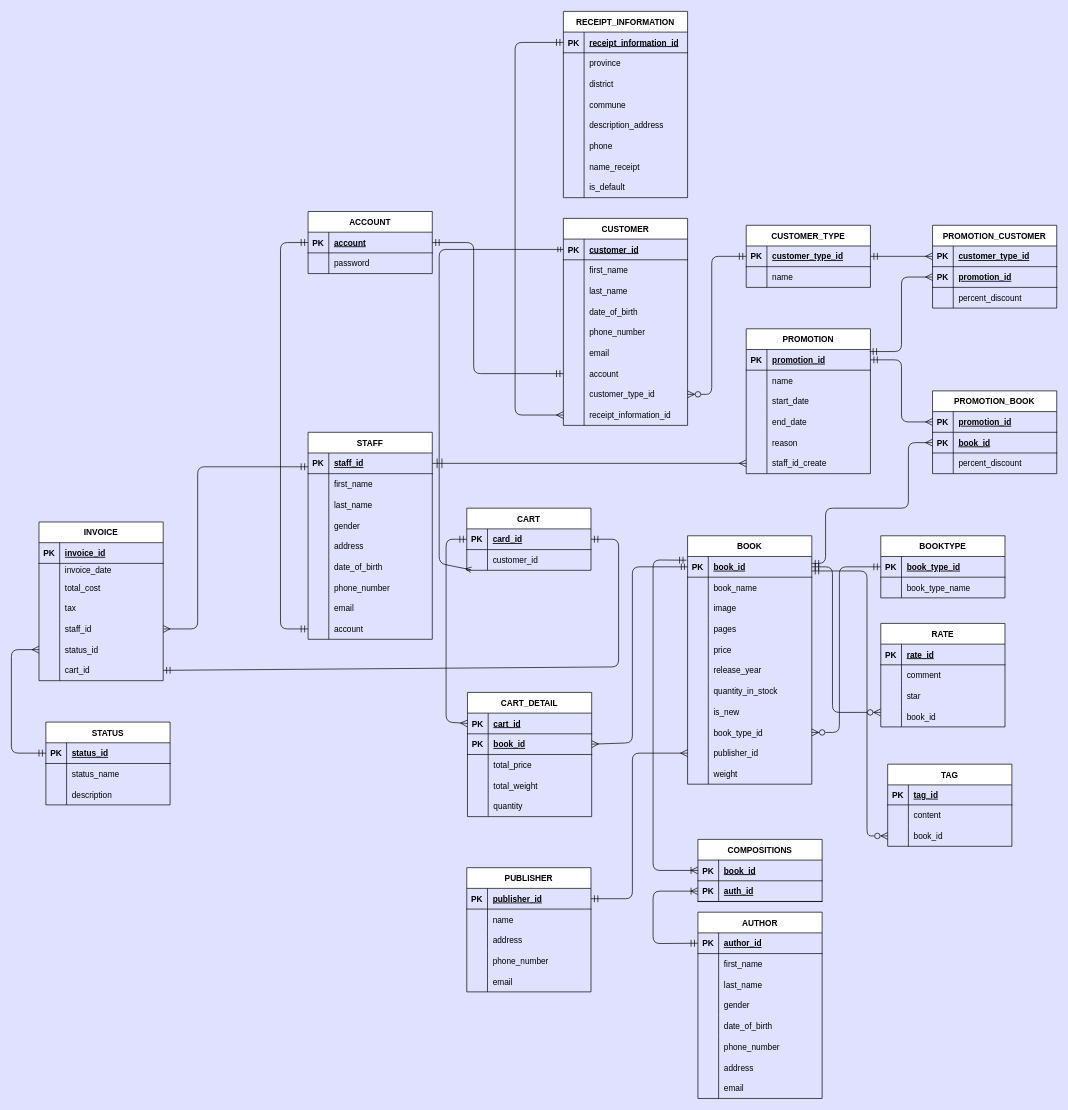
The draw.io diagram design/database.drawio in powdevlin12/Sell_Book_Online_BE_NestJS, before the edit. Source tidied: cells renumbered, new cells numbered last; positions are measured from the earlier drawing's top-left corner, leaving out a move shared by most shapes. Both pictures are drawn from the tidied source at 69%, with x=0, y=0 at pixel (11, 11).
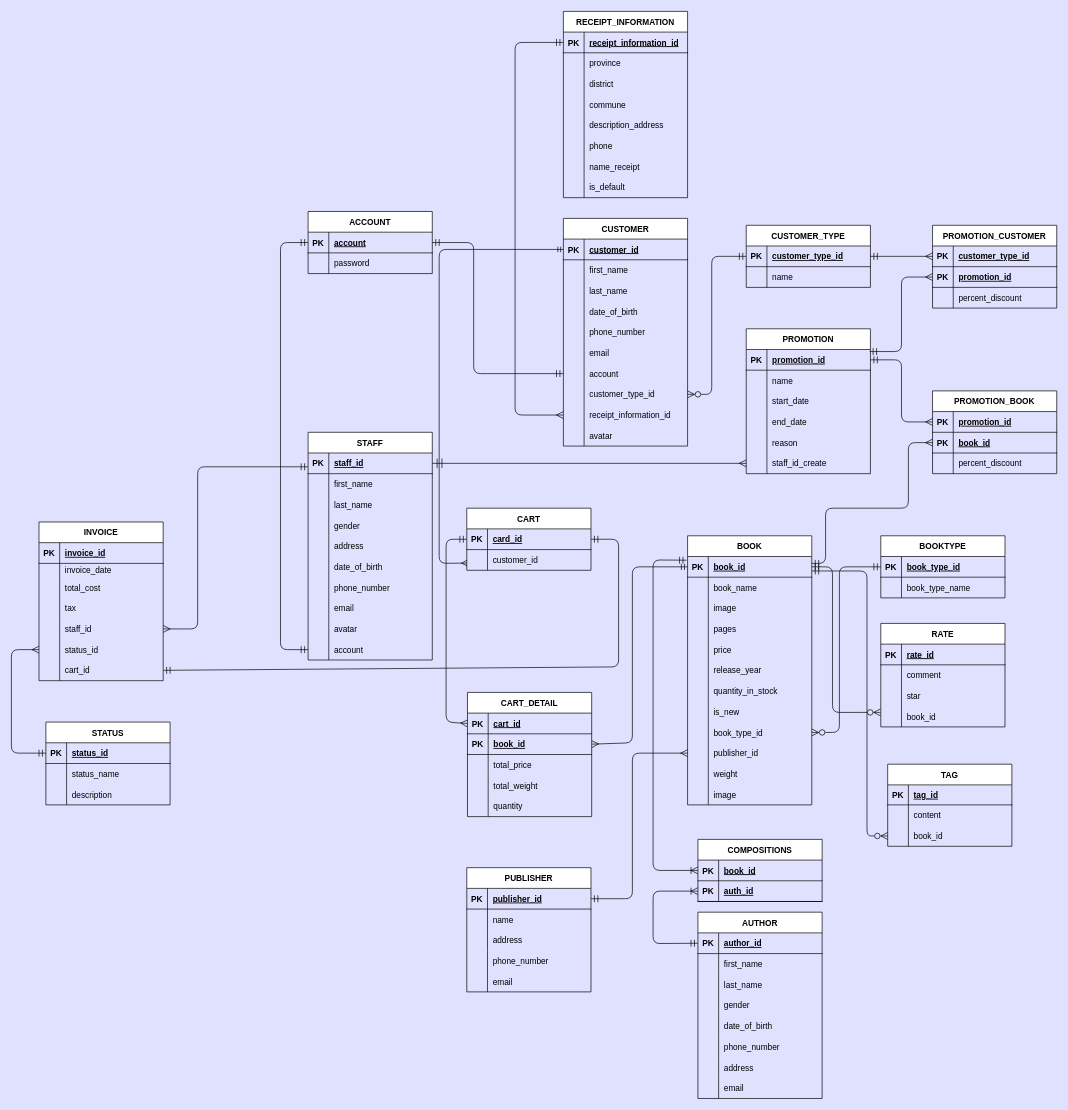
The same page after the edit.

Unchanged cells that the change refers to:
```xml
<mxCell id="3" style="shape=tableRow;horizontal=0;startSize=0;swimlaneHead=0;swimlaneBody=0;fillColor=none;points=[[0,0.5],[1,0.5]];portConstraint=eastwest;top=0;left=0;right=0;bottom=1;" parent="2" vertex="1">
  <mxGeometry y="30" width="180" height="30" as="geometry" />
</mxCell>
<mxCell id="10" style="shape=tableRow;horizontal=0;startSize=0;swimlaneHead=0;swimlaneBody=0;fillColor=none;points=[[0,0.5],[1,0.5]];portConstraint=eastwest;top=0;left=0;right=0;bottom=1;" parent="9" vertex="1">
  <mxGeometry y="30" width="180" height="30" as="geometry" />
</mxCell>
<mxCell id="215" style="shape=tableRow;horizontal=0;startSize=0;swimlaneHead=0;swimlaneBody=0;fillColor=none;points=[[0,0.5],[1,0.5]];portConstraint=eastwest;top=0;left=0;right=0;bottom=0;rounded=0;shadow=0;sketch=0;fillStyle=auto;" parent="211" vertex="1">
  <mxGeometry y="60" width="180" height="30" as="geometry" />
</mxCell>
```

What changed in the source:
```diff
@@
     <mxCell id="9" value="CUSTOMER" style="shape=table;startSize=30;childLayout=tableLayout;rowLines=0;fontStyle=1;align=center;" parent="1" vertex="1">
-      <mxGeometry x="800" y="300" width="180" height="300" as="geometry" />
+      <mxGeometry x="800" y="300" width="180" height="330" as="geometry" />
     </mxCell>
@@
+    <mxCell id="324" style="shape=tableRow;horizontal=0;startSize=0;swimlaneHead=0;swimlaneBody=0;fillColor=none;top=0;left=0;right=0;bottom=0;" parent="9" vertex="1">
+      <mxGeometry y="300" width="180" height="30" as="geometry" />
+    </mxCell>
+    <mxCell id="325" style="shape=partialRectangle;fillColor=none;top=0;left=0;bottom=0;right=0;overflow=hidden;" parent="324" vertex="1">
+      <mxGeometry width="30" height="30" as="geometry" />
+    </mxCell>
+    <mxCell id="326" value="avatar" style="shape=partialRectangle;fillColor=none;top=0;left=0;bottom=0;right=0;align=left;spacingLeft=6;overflow=hidden;" parent="324" vertex="1">
+      <mxGeometry x="30" width="150" height="30" as="geometry" />
+    </mxCell>
     <mxCell id="37" value="STAFF" style="shape=table;startSize=30;childLayout=tableLayout;rowLines=0;fontStyle=1;align=center;rounded=0;shadow=0;sketch=0;fillStyle=auto;fillColor=default;gradientColor=none;" parent="1" vertex="1">
-      <mxGeometry x="430" y="610" width="180" height="300" as="geometry" />
+      <mxGeometry x="430" y="610" width="180" height="330" as="geometry" />
     </mxCell>
@@
+    <mxCell id="327" style="shape=tableRow;horizontal=0;startSize=0;swimlaneHead=0;swimlaneBody=0;fillColor=none;top=0;left=0;right=0;bottom=0;rounded=0;shadow=0;sketch=0;fillStyle=auto;" parent="37" vertex="1">
+      <mxGeometry y="270" width="180" height="30" as="geometry" />
+    </mxCell>
+    <mxCell id="328" style="shape=partialRectangle;fillColor=none;top=0;left=0;bottom=0;right=0;overflow=hidden;rounded=0;shadow=0;sketch=0;fillStyle=auto;" parent="327" vertex="1">
+      <mxGeometry width="30" height="30" as="geometry" />
+    </mxCell>
+    <mxCell id="329" value="avatar" style="shape=partialRectangle;fillColor=none;top=0;left=0;bottom=0;right=0;align=left;spacingLeft=6;overflow=hidden;rounded=0;shadow=0;sketch=0;fillStyle=auto;" parent="327" vertex="1">
+      <mxGeometry x="30" width="150" height="30" as="geometry" />
+    </mxCell>
     <mxCell id="62" style="shape=tableRow;horizontal=0;startSize=0;swimlaneHead=0;swimlaneBody=0;fillColor=none;points=[[0,0.5],[1,0.5]];portConstraint=eastwest;top=0;left=0;right=0;bottom=0;rounded=0;shadow=0;sketch=0;fillStyle=auto;" parent="37" vertex="1">
-      <mxGeometry y="270" width="180" height="30" as="geometry" />
+      <mxGeometry y="300" width="180" height="30" as="geometry" />
     </mxCell>
@@
     <mxCell id="65" value="BOOK" style="shape=table;startSize=30;childLayout=tableLayout;rowLines=0;fontStyle=1;align=center;rounded=0;shadow=0;sketch=0;fillStyle=auto;fillColor=default;gradientColor=none;" parent="1" vertex="1">
-      <mxGeometry x="980" y="760" width="180" height="360" as="geometry" />
+      <mxGeometry x="980" y="760" width="180" height="390" as="geometry" />
     </mxCell>
@@
+    <mxCell id="330" style="shape=tableRow;horizontal=0;startSize=0;swimlaneHead=0;swimlaneBody=0;fillColor=none;top=0;left=0;right=0;bottom=0;rounded=0;shadow=0;sketch=0;fillStyle=auto;" parent="65" vertex="1">
+      <mxGeometry y="360" width="180" height="30" as="geometry" />
+    </mxCell>
+    <mxCell id="331" style="shape=partialRectangle;fillColor=none;top=0;left=0;bottom=0;right=0;overflow=hidden;rounded=0;shadow=0;sketch=0;fillStyle=auto;" parent="330" vertex="1">
+      <mxGeometry width="30" height="30" as="geometry" />
+    </mxCell>
+    <mxCell id="332" value="image" style="shape=partialRectangle;fillColor=none;top=0;left=0;bottom=0;right=0;align=left;spacingLeft=6;overflow=hidden;rounded=0;shadow=0;sketch=0;fillStyle=auto;" parent="330" vertex="1">
+      <mxGeometry x="30" width="150" height="30" as="geometry" />
+    </mxCell>
@@
     <mxCell id="106" style="edgeStyle=none;html=1;exitX=0;exitY=0.5;exitDx=0;exitDy=0;entryX=0;entryY=0.5;entryDx=0;entryDy=0;strokeColor=default;startArrow=ERmandOne;startFill=0;endArrow=ERmandOne;endFill=0;endSize=8;startSize=8;" parent="1" edge="1" source="62" target="3">
       <mxGeometry relative="1" as="geometry">
         <Array as="points">
-          <mxPoint x="390" y="895" />
+          <mxPoint x="390" y="925" />
           <mxPoint x="390" y="335" />
         </Array>
       </mxGeometry>
     </mxCell>
@@
-    <mxCell id="237" style="edgeStyle=none;html=1;exitX=0;exitY=0.5;exitDx=0;exitDy=0;startArrow=ERmandOne;startFill=0;endArrow=ERmany;endFill=0;entryX=0.035;entryY=0.978;entryDx=0;entryDy=0;entryPerimeter=0;" parent="1" edge="1" source="10" target="215">
+    <mxCell id="237" style="edgeStyle=none;html=1;exitX=0;exitY=0.5;exitDx=0;exitDy=0;startArrow=ERmandOne;startFill=0;endArrow=ERmany;endFill=0;entryX=0.002;entryY=0.652;entryDx=0;entryDy=0;entryPerimeter=0;" parent="1" edge="1" source="10" target="215">
       <mxGeometry relative="1" as="geometry">
         <Array as="points">
           <mxPoint x="620" y="345" />
           <mxPoint x="620" y="800" />
         </Array>
       </mxGeometry>
     </mxCell>
```
